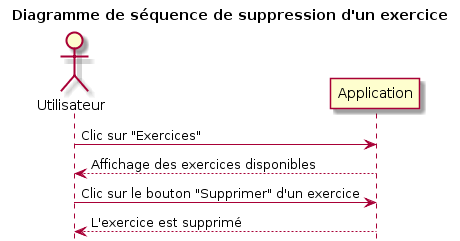
Before: diagrams/images/SuppressionExercice.png, a diagram exported from PlantUML (SharafGabel/GYMTONIK). Source of this version:
```plantuml
@startuml
hide footbox
actor Utilisateur

title Diagramme de séquence de suppression d'un exercice

Utilisateur -> Application: Clic sur "Exercices"
Utilisateur <-- Application: Affichage des exercices disponibles

Utilisateur -> Application: Clic sur le bouton "Supprimer" d'un exercice
Utilisateur <-- Application: L'exercice est supprimé

@enduml
```
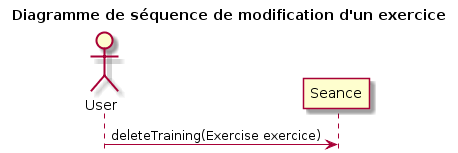
The same diagram one commit later.

What changed in the source:
```diff
@@ -1,13 +1,9 @@
 @startuml
 hide footbox
-actor Utilisateur
+actor User
 
-title Diagramme de séquence de suppression d'un exercice
+title Diagramme de séquence de modification d'un exercice
 
-Utilisateur -> Application: Clic sur "Exercices"
-Utilisateur <-- Application: Affichage des exercices disponibles
-
-Utilisateur -> Application: Clic sur le bouton "Supprimer" d'un exercice
-Utilisateur <-- Application: L'exercice est supprimé
+User -> Seance: deleteTraining(Exercise exercice)
 
 @enduml
```
